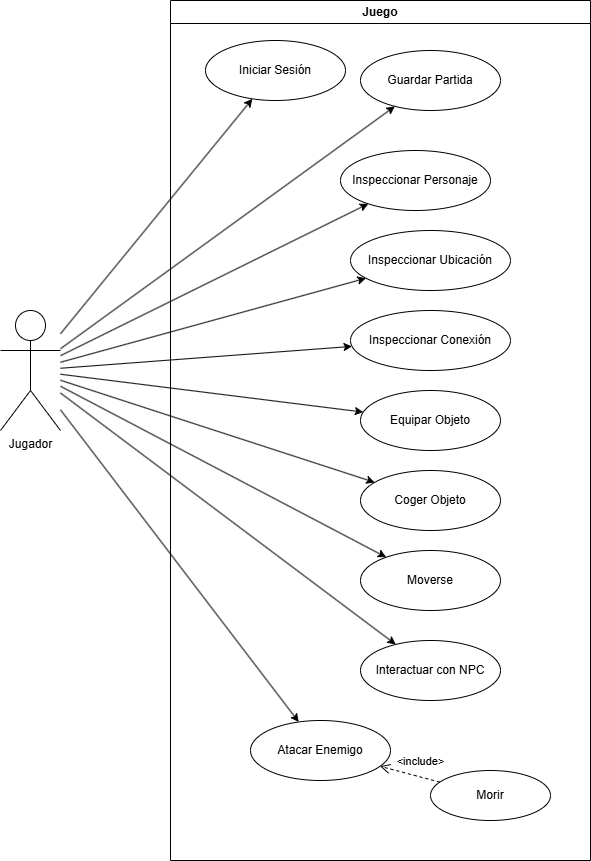
This is document/tex_files/mainmatter/chapter_4/images/diagrama_analisis_juego/casos_uso_juego.png from ThAlsay/Hephaestus, a draw.io export, as it was before one commit. Source tidied: cells renumbered, new cells last; positions are measured from the earlier drawing's top-left corner, leaving out a move shared by most shapes. Its diagram source:
```xml
<mxGraphModel>
  <root>
    <mxCell id="0" />
    <mxCell id="1" parent="0" />
    <mxCell id="2" value="Juego" style="swimlane;whiteSpace=wrap;html=1;startSize=23;" parent="1" vertex="1">
      <mxGeometry x="170" width="420" height="860" as="geometry" />
    </mxCell>
    <mxCell id="3" value="Iniciar Sesión" style="ellipse;whiteSpace=wrap;html=1;" parent="2" vertex="1">
      <mxGeometry x="35" y="40" width="140" height="60" as="geometry" />
    </mxCell>
    <mxCell id="4" value="Guardar Partida" style="ellipse;whiteSpace=wrap;html=1;" parent="2" vertex="1">
      <mxGeometry x="190" y="50" width="140" height="60" as="geometry" />
    </mxCell>
    <mxCell id="5" value="Inspeccionar Personaje" style="ellipse;whiteSpace=wrap;html=1;" parent="2" vertex="1">
      <mxGeometry x="170" y="150" width="150" height="60" as="geometry" />
    </mxCell>
    <mxCell id="6" value="Inspeccionar Ubicación" style="ellipse;whiteSpace=wrap;html=1;" parent="2" vertex="1">
      <mxGeometry x="180" y="230" width="160" height="60" as="geometry" />
    </mxCell>
    <mxCell id="7" value="Inspeccionar Conexión" style="ellipse;whiteSpace=wrap;html=1;" parent="2" vertex="1">
      <mxGeometry x="180" y="310" width="160" height="60" as="geometry" />
    </mxCell>
    <mxCell id="8" value="Equipar Objeto" style="ellipse;whiteSpace=wrap;html=1;" parent="2" vertex="1">
      <mxGeometry x="190" y="390" width="140" height="60" as="geometry" />
    </mxCell>
    <mxCell id="9" value="Coger Objeto" style="ellipse;whiteSpace=wrap;html=1;" parent="2" vertex="1">
      <mxGeometry x="190" y="470" width="140" height="60" as="geometry" />
    </mxCell>
    <mxCell id="10" value="Moverse" style="ellipse;whiteSpace=wrap;html=1;" parent="2" vertex="1">
      <mxGeometry x="190" y="550" width="140" height="60" as="geometry" />
    </mxCell>
    <mxCell id="11" value="Interactuar con NPC" style="ellipse;whiteSpace=wrap;html=1;" parent="2" vertex="1">
      <mxGeometry x="190" y="640" width="140" height="60" as="geometry" />
    </mxCell>
    <mxCell id="12" value="Atacar Enemigo" style="ellipse;whiteSpace=wrap;html=1;" parent="2" vertex="1">
      <mxGeometry x="80" y="720" width="140" height="60" as="geometry" />
    </mxCell>
    <mxCell id="13" value="Morir" style="ellipse;whiteSpace=wrap;html=1;" parent="2" vertex="1">
      <mxGeometry x="260" y="770" width="120" height="50" as="geometry" />
    </mxCell>
    <mxCell id="14" value="&amp;lt;include&amp;gt;" style="html=1;verticalAlign=bottom;endArrow=open;dashed=1;endSize=8;curved=0;rounded=0;" parent="2" edge="1" source="13" target="12">
      <mxGeometry x="-0.3" y="-6" relative="1" as="geometry" />
    </mxCell>
    <mxCell id="15" value="Jugador" style="shape=umlActor;verticalLabelPosition=bottom;verticalAlign=top;html=1;outlineConnect=0;" parent="1" vertex="1">
      <mxGeometry y="310" width="60" height="120" as="geometry" />
    </mxCell>
    <mxCell id="16" parent="1" edge="1" source="15" target="3">
      <mxGeometry relative="1" as="geometry" />
    </mxCell>
    <mxCell id="17" parent="1" edge="1" source="15" target="4">
      <mxGeometry relative="1" as="geometry" />
    </mxCell>
    <mxCell id="18" parent="1" edge="1" source="15" target="5">
      <mxGeometry relative="1" as="geometry" />
    </mxCell>
    <mxCell id="19" parent="1" edge="1" source="15" target="6">
      <mxGeometry relative="1" as="geometry" />
    </mxCell>
    <mxCell id="20" parent="1" edge="1" source="15" target="7">
      <mxGeometry relative="1" as="geometry" />
    </mxCell>
    <mxCell id="21" parent="1" edge="1" source="15" target="8">
      <mxGeometry relative="1" as="geometry" />
    </mxCell>
    <mxCell id="22" parent="1" edge="1" source="15" target="9">
      <mxGeometry relative="1" as="geometry" />
    </mxCell>
    <mxCell id="23" parent="1" edge="1" source="15" target="10">
      <mxGeometry relative="1" as="geometry" />
    </mxCell>
    <mxCell id="24" parent="1" edge="1" source="15" target="11">
      <mxGeometry relative="1" as="geometry" />
    </mxCell>
    <mxCell id="25" parent="1" edge="1" source="15" target="12">
      <mxGeometry relative="1" as="geometry" />
    </mxCell>
  </root>
</mxGraphModel>
```
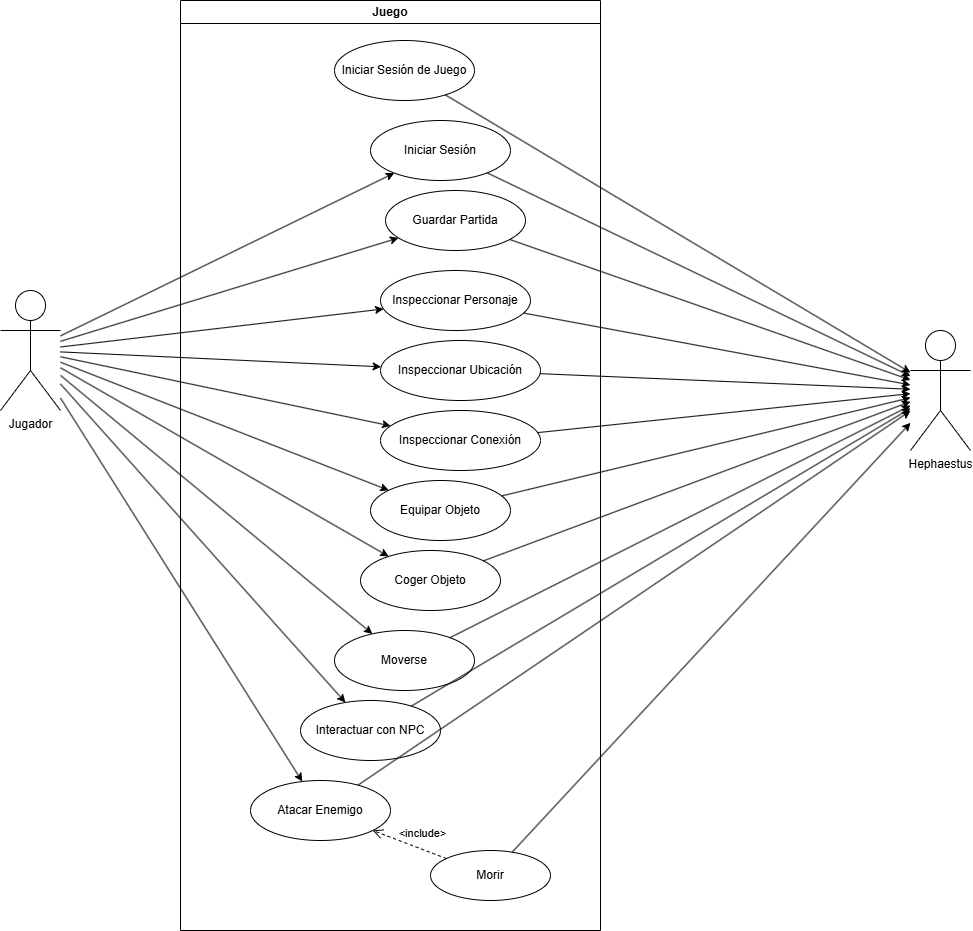
After the change.

Diff of the diagram source:
```diff
@@ -3,44 +3,47 @@
     <mxCell id="0" />
     <mxCell id="1" parent="0" />
     <mxCell id="2" value="Juego" style="swimlane;whiteSpace=wrap;html=1;startSize=23;" parent="1" vertex="1">
-      <mxGeometry x="170" width="420" height="860" as="geometry" />
+      <mxGeometry x="180" y="20" width="420" height="930" as="geometry" />
     </mxCell>
     <mxCell id="3" value="Iniciar Sesión" style="ellipse;whiteSpace=wrap;html=1;" parent="2" vertex="1">
-      <mxGeometry x="35" y="40" width="140" height="60" as="geometry" />
+      <mxGeometry x="190" y="120" width="140" height="60" as="geometry" />
     </mxCell>
     <mxCell id="4" value="Guardar Partida" style="ellipse;whiteSpace=wrap;html=1;" parent="2" vertex="1">
-      <mxGeometry x="190" y="50" width="140" height="60" as="geometry" />
+      <mxGeometry x="205" y="190" width="140" height="60" as="geometry" />
     </mxCell>
     <mxCell id="5" value="Inspeccionar Personaje" style="ellipse;whiteSpace=wrap;html=1;" parent="2" vertex="1">
-      <mxGeometry x="170" y="150" width="150" height="60" as="geometry" />
+      <mxGeometry x="200" y="270" width="150" height="60" as="geometry" />
     </mxCell>
     <mxCell id="6" value="Inspeccionar Ubicación" style="ellipse;whiteSpace=wrap;html=1;" parent="2" vertex="1">
-      <mxGeometry x="180" y="230" width="160" height="60" as="geometry" />
+      <mxGeometry x="200" y="340" width="160" height="60" as="geometry" />
     </mxCell>
     <mxCell id="7" value="Inspeccionar Conexión" style="ellipse;whiteSpace=wrap;html=1;" parent="2" vertex="1">
-      <mxGeometry x="180" y="310" width="160" height="60" as="geometry" />
+      <mxGeometry x="200" y="410" width="160" height="60" as="geometry" />
     </mxCell>
     <mxCell id="8" value="Equipar Objeto" style="ellipse;whiteSpace=wrap;html=1;" parent="2" vertex="1">
-      <mxGeometry x="190" y="390" width="140" height="60" as="geometry" />
+      <mxGeometry x="190" y="480" width="140" height="60" as="geometry" />
     </mxCell>
     <mxCell id="9" value="Coger Objeto" style="ellipse;whiteSpace=wrap;html=1;" parent="2" vertex="1">
-      <mxGeometry x="190" y="470" width="140" height="60" as="geometry" />
+      <mxGeometry x="180" y="550" width="140" height="60" as="geometry" />
     </mxCell>
     <mxCell id="10" value="Moverse" style="ellipse;whiteSpace=wrap;html=1;" parent="2" vertex="1">
-      <mxGeometry x="190" y="550" width="140" height="60" as="geometry" />
+      <mxGeometry x="154" y="630" width="140" height="60" as="geometry" />
     </mxCell>
     <mxCell id="11" value="Interactuar con NPC" style="ellipse;whiteSpace=wrap;html=1;" parent="2" vertex="1">
-      <mxGeometry x="190" y="640" width="140" height="60" as="geometry" />
+      <mxGeometry x="120" y="700" width="140" height="60" as="geometry" />
     </mxCell>
     <mxCell id="12" value="Atacar Enemigo" style="ellipse;whiteSpace=wrap;html=1;" parent="2" vertex="1">
-      <mxGeometry x="80" y="720" width="140" height="60" as="geometry" />
+      <mxGeometry x="70" y="780" width="140" height="60" as="geometry" />
     </mxCell>
     <mxCell id="13" value="Morir" style="ellipse;whiteSpace=wrap;html=1;" parent="2" vertex="1">
-      <mxGeometry x="260" y="770" width="120" height="50" as="geometry" />
+      <mxGeometry x="250" y="850" width="120" height="50" as="geometry" />
     </mxCell>
     <mxCell id="14" value="&amp;lt;include&amp;gt;" style="html=1;verticalAlign=bottom;endArrow=open;dashed=1;endSize=8;curved=0;rounded=0;" parent="2" edge="1" source="13" target="12">
       <mxGeometry x="-0.3" y="-6" relative="1" as="geometry" />
     </mxCell>
+    <mxCell id="26" value="Iniciar Sesión de Juego" style="ellipse;whiteSpace=wrap;html=1;" parent="2" vertex="1">
+      <mxGeometry x="154" y="40" width="140" height="60" as="geometry" />
+    </mxCell>
     <mxCell id="15" value="Jugador" style="shape=umlActor;verticalLabelPosition=bottom;verticalAlign=top;html=1;outlineConnect=0;" parent="1" vertex="1">
       <mxGeometry y="310" width="60" height="120" as="geometry" />
     </mxCell>
@@ -74,5 +77,44 @@
     <mxCell id="25" parent="1" edge="1" source="15" target="12">
       <mxGeometry relative="1" as="geometry" />
     </mxCell>
+    <mxCell id="27" value="Hephaestus" style="shape=umlActor;verticalLabelPosition=bottom;verticalAlign=top;html=1;outlineConnect=0;" parent="1" vertex="1">
+      <mxGeometry x="910" y="350" width="60" height="120" as="geometry" />
+    </mxCell>
+    <mxCell id="28" style="rounded=0;jettySize=auto;html=1;" parent="1" edge="1" source="26" target="27">
+      <mxGeometry relative="1" as="geometry" />
+    </mxCell>
+    <mxCell id="29" style="rounded=0;jettySize=auto;html=1;" parent="1" edge="1" source="3" target="27">
+      <mxGeometry relative="1" as="geometry" />
+    </mxCell>
+    <mxCell id="30" style="rounded=0;jettySize=auto;html=1;" parent="1" edge="1" source="4" target="27">
+      <mxGeometry relative="1" as="geometry" />
+    </mxCell>
+    <mxCell id="31" style="rounded=0;jettySize=auto;html=1;" parent="1" edge="1" source="5" target="27">
+      <mxGeometry relative="1" as="geometry" />
+    </mxCell>
+    <mxCell id="32" style="rounded=0;jettySize=auto;html=1;" parent="1" edge="1" source="6" target="27">
+      <mxGeometry relative="1" as="geometry" />
+    </mxCell>
+    <mxCell id="33" style="rounded=0;jettySize=auto;html=1;" parent="1" edge="1" source="7" target="27">
+      <mxGeometry relative="1" as="geometry" />
+    </mxCell>
+    <mxCell id="34" style="rounded=0;jettySize=auto;html=1;" parent="1" edge="1" source="8" target="27">
+      <mxGeometry relative="1" as="geometry" />
+    </mxCell>
+    <mxCell id="35" style="rounded=0;jettySize=auto;html=1;" parent="1" edge="1" source="9" target="27">
+      <mxGeometry relative="1" as="geometry" />
+    </mxCell>
+    <mxCell id="36" style="rounded=0;jettySize=auto;html=1;" parent="1" edge="1" source="10" target="27">
+      <mxGeometry relative="1" as="geometry" />
+    </mxCell>
+    <mxCell id="37" style="rounded=0;jettySize=auto;html=1;" parent="1" edge="1" source="11" target="27">
+      <mxGeometry relative="1" as="geometry" />
+    </mxCell>
+    <mxCell id="38" style="rounded=0;jettySize=auto;html=1;" parent="1" edge="1" source="12" target="27">
+      <mxGeometry relative="1" as="geometry" />
+    </mxCell>
+    <mxCell id="39" style="rounded=0;jettySize=auto;html=1;" parent="1" edge="1" source="13" target="27">
+      <mxGeometry relative="1" as="geometry" />
+    </mxCell>
   </root>
 </mxGraphModel>
```
